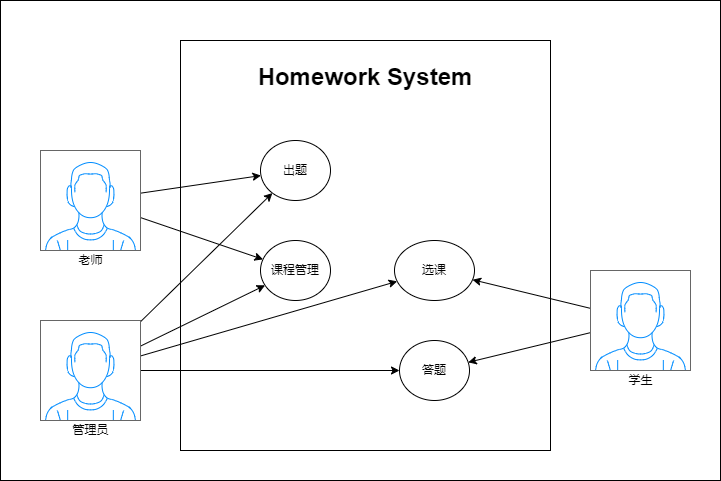
Before: image/HomeworkSystemTop.png, a diagram exported from draw.io (kanosukil/HomeworkSystem). Source tidied: cells renumbered, new cells last; positions are measured from the earlier drawing's top-left corner, leaving out a move shared by most shapes. Source of this version:
```xml
<mxGraphModel>
  <root>
    <mxCell id="0" />
    <mxCell id="1" parent="0" />
    <mxCell id="2" style="whiteSpace=wrap;html=1;" parent="1" vertex="1">
      <mxGeometry width="720" height="480" as="geometry" />
    </mxCell>
    <mxCell id="3" value="&lt;h1 style=&quot;&quot;&gt;Homework System&lt;/h1&gt;" style="whiteSpace=wrap;html=1;align=center;horizontal=1;verticalAlign=top;" parent="1" vertex="1">
      <mxGeometry x="180" y="40" width="370" height="410" as="geometry" />
    </mxCell>
    <mxCell id="4" value="出题" style="ellipse;whiteSpace=wrap;html=1;" parent="1" vertex="1">
      <mxGeometry x="260" y="140" width="70" height="60" as="geometry" />
    </mxCell>
    <mxCell id="5" value="课程管理" style="ellipse;whiteSpace=wrap;html=1;" parent="1" vertex="1">
      <mxGeometry x="260" y="240" width="70" height="60" as="geometry" />
    </mxCell>
    <mxCell id="6" value="答题" style="ellipse;whiteSpace=wrap;html=1;" parent="1" vertex="1">
      <mxGeometry x="399" y="340" width="70" height="60" as="geometry" />
    </mxCell>
    <mxCell id="7" value="选课" style="ellipse;whiteSpace=wrap;html=1;" parent="1" vertex="1">
      <mxGeometry x="394" y="240" width="80" height="60" as="geometry" />
    </mxCell>
    <mxCell id="8" style="edgeStyle=none;rounded=0;jettySize=auto;html=1;" parent="1" edge="1" source="10" target="7">
      <mxGeometry relative="1" as="geometry" />
    </mxCell>
    <mxCell id="9" style="edgeStyle=none;rounded=0;jettySize=auto;html=1;" parent="1" edge="1" source="10" target="6">
      <mxGeometry relative="1" as="geometry" />
    </mxCell>
    <mxCell id="10" style="verticalLabelPosition=bottom;shadow=0;dashed=0;align=center;html=1;verticalAlign=top;strokeWidth=1;shape=mxgraph.mockup.containers.userMale;strokeColor=#666666;strokeColor2=#008cff;" parent="1" vertex="1">
      <mxGeometry x="590" y="270" width="100" height="100" as="geometry" />
    </mxCell>
    <mxCell id="11" value="学生" style="text;html=1;align=center;verticalAlign=middle;strokeColor=none;fillColor=none;" parent="1" vertex="1">
      <mxGeometry x="620" y="370" width="40" height="20" as="geometry" />
    </mxCell>
    <mxCell id="12" style="rounded=0;jettySize=auto;html=1;" parent="1" edge="1" source="14" target="4">
      <mxGeometry relative="1" as="geometry" />
    </mxCell>
    <mxCell id="13" style="edgeStyle=none;rounded=0;jettySize=auto;html=1;" parent="1" edge="1" source="14" target="5">
      <mxGeometry relative="1" as="geometry" />
    </mxCell>
    <mxCell id="14" style="verticalLabelPosition=bottom;shadow=0;dashed=0;align=center;html=1;verticalAlign=top;strokeWidth=1;shape=mxgraph.mockup.containers.userMale;strokeColor=#666666;strokeColor2=#008cff;" parent="1" vertex="1">
      <mxGeometry x="40" y="150" width="100" height="100" as="geometry" />
    </mxCell>
    <mxCell id="15" value="老师" style="text;html=1;align=center;verticalAlign=middle;strokeColor=none;fillColor=none;" parent="1" vertex="1">
      <mxGeometry x="70" y="250" width="40" height="20" as="geometry" />
    </mxCell>
    <mxCell id="16" style="edgeStyle=none;rounded=0;jettySize=auto;html=1;" parent="1" edge="1" source="20" target="5">
      <mxGeometry relative="1" as="geometry" />
    </mxCell>
    <mxCell id="17" style="edgeStyle=none;rounded=0;jettySize=auto;html=1;" parent="1" edge="1" source="20" target="6">
      <mxGeometry relative="1" as="geometry" />
    </mxCell>
    <mxCell id="18" style="edgeStyle=none;rounded=0;jettySize=auto;html=1;" parent="1" edge="1" source="20" target="7">
      <mxGeometry relative="1" as="geometry" />
    </mxCell>
    <mxCell id="19" style="edgeStyle=none;rounded=0;jettySize=auto;html=1;" parent="1" edge="1" source="20" target="4">
      <mxGeometry relative="1" as="geometry" />
    </mxCell>
    <mxCell id="20" style="verticalLabelPosition=bottom;shadow=0;dashed=0;align=center;html=1;verticalAlign=top;strokeWidth=1;shape=mxgraph.mockup.containers.userMale;strokeColor=#666666;strokeColor2=#008cff;" parent="1" vertex="1">
      <mxGeometry x="40" y="320" width="100" height="100" as="geometry" />
    </mxCell>
    <mxCell id="21" value="管理员" style="text;html=1;align=center;verticalAlign=middle;strokeColor=none;fillColor=none;" parent="1" vertex="1">
      <mxGeometry x="65" y="420" width="50" height="20" as="geometry" />
    </mxCell>
  </root>
</mxGraphModel>
```
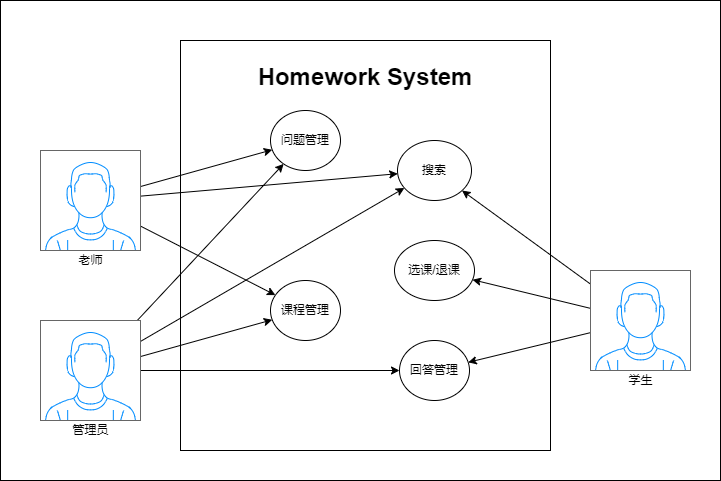
After the commit.

The edit, as a diff of the source:
```diff
@@ -8,16 +8,16 @@
     <mxCell id="3" value="&lt;h1 style=&quot;&quot;&gt;Homework System&lt;/h1&gt;" style="whiteSpace=wrap;html=1;align=center;horizontal=1;verticalAlign=top;" parent="1" vertex="1">
       <mxGeometry x="180" y="40" width="370" height="410" as="geometry" />
     </mxCell>
-    <mxCell id="4" value="出题" style="ellipse;whiteSpace=wrap;html=1;" parent="1" vertex="1">
-      <mxGeometry x="260" y="140" width="70" height="60" as="geometry" />
+    <mxCell id="4" value="问题管理" style="ellipse;whiteSpace=wrap;html=1;" parent="1" vertex="1">
+      <mxGeometry x="270" y="110" width="70" height="60" as="geometry" />
     </mxCell>
     <mxCell id="5" value="课程管理" style="ellipse;whiteSpace=wrap;html=1;" parent="1" vertex="1">
-      <mxGeometry x="260" y="240" width="70" height="60" as="geometry" />
+      <mxGeometry x="270" y="280" width="70" height="60" as="geometry" />
     </mxCell>
-    <mxCell id="6" value="答题" style="ellipse;whiteSpace=wrap;html=1;" parent="1" vertex="1">
+    <mxCell id="6" value="回答管理" style="ellipse;whiteSpace=wrap;html=1;" parent="1" vertex="1">
       <mxGeometry x="399" y="340" width="70" height="60" as="geometry" />
     </mxCell>
-    <mxCell id="7" value="选课" style="ellipse;whiteSpace=wrap;html=1;" parent="1" vertex="1">
+    <mxCell id="7" value="选课/退课" style="ellipse;whiteSpace=wrap;html=1;" parent="1" vertex="1">
       <mxGeometry x="394" y="240" width="80" height="60" as="geometry" />
     </mxCell>
     <mxCell id="8" style="edgeStyle=none;rounded=0;jettySize=auto;html=1;" parent="1" edge="1" source="10" target="7">
@@ -26,6 +26,9 @@
     <mxCell id="9" style="edgeStyle=none;rounded=0;jettySize=auto;html=1;" parent="1" edge="1" source="10" target="6">
       <mxGeometry relative="1" as="geometry" />
     </mxCell>
+    <mxCell id="22" style="edgeStyle=none;rounded=0;jettySize=auto;html=1;" parent="1" edge="1" source="10" target="25">
+      <mxGeometry relative="1" as="geometry" />
+    </mxCell>
     <mxCell id="10" style="verticalLabelPosition=bottom;shadow=0;dashed=0;align=center;html=1;verticalAlign=top;strokeWidth=1;shape=mxgraph.mockup.containers.userMale;strokeColor=#666666;strokeColor2=#008cff;" parent="1" vertex="1">
       <mxGeometry x="590" y="270" width="100" height="100" as="geometry" />
     </mxCell>
@@ -38,6 +41,9 @@
     <mxCell id="13" style="edgeStyle=none;rounded=0;jettySize=auto;html=1;" parent="1" edge="1" source="14" target="5">
       <mxGeometry relative="1" as="geometry" />
     </mxCell>
+    <mxCell id="23" style="rounded=0;jettySize=auto;html=1;" parent="1" edge="1" source="14" target="25">
+      <mxGeometry relative="1" as="geometry" />
+    </mxCell>
     <mxCell id="14" style="verticalLabelPosition=bottom;shadow=0;dashed=0;align=center;html=1;verticalAlign=top;strokeWidth=1;shape=mxgraph.mockup.containers.userMale;strokeColor=#666666;strokeColor2=#008cff;" parent="1" vertex="1">
       <mxGeometry x="40" y="150" width="100" height="100" as="geometry" />
     </mxCell>
@@ -50,17 +56,20 @@
     <mxCell id="17" style="edgeStyle=none;rounded=0;jettySize=auto;html=1;" parent="1" edge="1" source="20" target="6">
       <mxGeometry relative="1" as="geometry" />
     </mxCell>
-    <mxCell id="18" style="edgeStyle=none;rounded=0;jettySize=auto;html=1;" parent="1" edge="1" source="20" target="7">
-      <mxGeometry relative="1" as="geometry" />
-    </mxCell>
     <mxCell id="19" style="edgeStyle=none;rounded=0;jettySize=auto;html=1;" parent="1" edge="1" source="20" target="4">
       <mxGeometry relative="1" as="geometry" />
     </mxCell>
+    <mxCell id="24" style="edgeStyle=none;rounded=0;jettySize=auto;html=1;" parent="1" edge="1" source="20" target="25">
+      <mxGeometry relative="1" as="geometry" />
+    </mxCell>
     <mxCell id="20" style="verticalLabelPosition=bottom;shadow=0;dashed=0;align=center;html=1;verticalAlign=top;strokeWidth=1;shape=mxgraph.mockup.containers.userMale;strokeColor=#666666;strokeColor2=#008cff;" parent="1" vertex="1">
       <mxGeometry x="40" y="320" width="100" height="100" as="geometry" />
     </mxCell>
     <mxCell id="21" value="管理员" style="text;html=1;align=center;verticalAlign=middle;strokeColor=none;fillColor=none;" parent="1" vertex="1">
       <mxGeometry x="65" y="420" width="50" height="20" as="geometry" />
     </mxCell>
+    <mxCell id="25" value="搜索" style="ellipse;whiteSpace=wrap;html=1;" parent="1" vertex="1">
+      <mxGeometry x="397" y="140" width="74" height="60" as="geometry" />
+    </mxCell>
   </root>
 </mxGraphModel>
```
